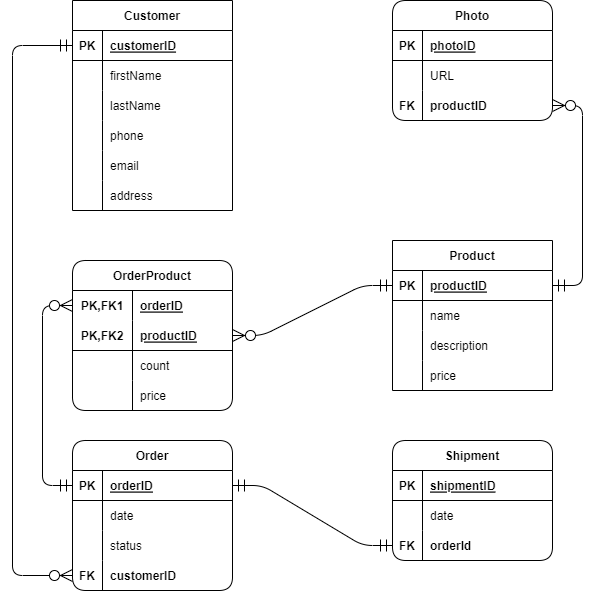
alexander-barmin/2024-JS keeps this draw.io diagram as sql/db-shop-erd.png. Above is the earlier version. Source tidied: cells renumbered, new cells last; positions are measured from the earlier drawing's top-left corner, leaving out a move shared by most shapes.
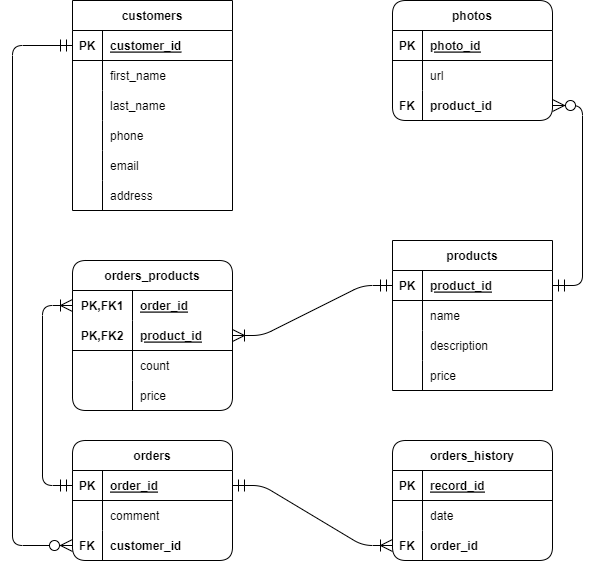
Later version of the same file.

Commit message:
fix(sql): fix attribute naming and data structure

Change to the diagram source:
```diff
@@ -2,7 +2,7 @@
   <root>
     <mxCell id="0" />
     <mxCell id="1" parent="0" />
-    <mxCell id="2" value="Customer" style="shape=table;startSize=30;rowLines=0;fontStyle=1;align=center;" parent="1" vertex="1">
+    <mxCell id="2" value="customers" style="shape=table;startSize=30;rowLines=0;fontStyle=1;align=center;" parent="1" vertex="1">
       <mxGeometry x="80" width="160" height="210" as="geometry" />
     </mxCell>
     <mxCell id="3" style="shape=tableRow;horizontal=0;startSize=0;swimlaneHead=0;swimlaneBody=0;fillColor=none;points=[[0,0.5],[1,0.5]];portConstraint=eastwest;top=0;left=0;right=0;bottom=1;" parent="2" vertex="1">
@@ -11,7 +11,7 @@
     <mxCell id="4" value="PK" style="shape=partialRectangle;fillColor=none;top=0;left=0;bottom=0;right=0;fontStyle=1;overflow=hidden;" parent="3" vertex="1">
       <mxGeometry width="30" height="30" as="geometry" />
     </mxCell>
-    <mxCell id="5" value="customerID" style="shape=partialRectangle;fillColor=none;top=0;left=0;bottom=0;right=0;align=left;spacingLeft=6;fontStyle=5;overflow=hidden;" parent="3" vertex="1">
+    <mxCell id="5" value="customer_id" style="shape=partialRectangle;fillColor=none;top=0;left=0;bottom=0;right=0;align=left;spacingLeft=6;fontStyle=5;overflow=hidden;" parent="3" vertex="1">
       <mxGeometry x="30" width="130" height="30" as="geometry" />
     </mxCell>
     <mxCell id="6" style="shape=tableRow;horizontal=0;startSize=0;swimlaneHead=0;swimlaneBody=0;fillColor=none;top=0;left=0;right=0;bottom=0;" parent="2" vertex="1">
@@ -20,7 +20,7 @@
     <mxCell id="7" style="shape=partialRectangle;fillColor=none;top=0;left=0;bottom=0;right=0;overflow=hidden;" parent="6" vertex="1">
       <mxGeometry width="30" height="30" as="geometry" />
     </mxCell>
-    <mxCell id="8" value="firstName" style="shape=partialRectangle;fillColor=none;top=0;left=0;bottom=0;right=0;align=left;spacingLeft=6;overflow=hidden;" parent="6" vertex="1">
+    <mxCell id="8" value="first_name" style="shape=partialRectangle;fillColor=none;top=0;left=0;bottom=0;right=0;align=left;spacingLeft=6;overflow=hidden;" parent="6" vertex="1">
       <mxGeometry x="30" width="130" height="30" as="geometry" />
     </mxCell>
     <mxCell id="9" style="shape=tableRow;horizontal=0;startSize=0;swimlaneHead=0;swimlaneBody=0;fillColor=none;top=0;left=0;right=0;bottom=0;" parent="2" vertex="1">
@@ -29,7 +29,7 @@
     <mxCell id="10" style="shape=partialRectangle;fillColor=none;top=0;left=0;bottom=0;right=0;overflow=hidden;" parent="9" vertex="1">
       <mxGeometry width="30" height="30" as="geometry" />
     </mxCell>
-    <mxCell id="11" value="lastName" style="shape=partialRectangle;fillColor=none;top=0;left=0;bottom=0;right=0;align=left;spacingLeft=6;overflow=hidden;" parent="9" vertex="1">
+    <mxCell id="11" value="last_name" style="shape=partialRectangle;fillColor=none;top=0;left=0;bottom=0;right=0;align=left;spacingLeft=6;overflow=hidden;" parent="9" vertex="1">
       <mxGeometry x="30" width="130" height="30" as="geometry" />
     </mxCell>
     <mxCell id="12" style="shape=tableRow;horizontal=0;startSize=0;swimlaneHead=0;swimlaneBody=0;fillColor=none;top=0;left=0;right=0;bottom=0;" parent="2" vertex="1">
@@ -70,7 +70,7 @@
         </Array>
       </mxGeometry>
     </mxCell>
-    <mxCell id="23" value="OrderProduct" style="shape=table;startSize=30;rowLines=0;fontStyle=1;align=center;rounded=1;" parent="1" vertex="1">
+    <mxCell id="23" value="orders_products" style="shape=table;startSize=30;rowLines=0;fontStyle=1;align=center;rounded=1;" parent="1" vertex="1">
       <mxGeometry x="80" y="260" width="160" height="150" as="geometry" />
     </mxCell>
     <mxCell id="24" style="shape=tableRow;horizontal=0;startSize=0;swimlaneHead=0;swimlaneBody=0;fillColor=none;points=[[0,0.5],[1,0.5]];portConstraint=eastwest;top=0;left=0;right=0;bottom=0;" parent="23" vertex="1">
@@ -79,7 +79,7 @@
     <mxCell id="25" value="PK,FK1" style="shape=partialRectangle;fillColor=none;top=0;left=0;bottom=0;right=0;fontStyle=1;overflow=hidden;" parent="24" vertex="1">
       <mxGeometry width="60" height="30" as="geometry" />
     </mxCell>
-    <mxCell id="26" value="orderID" style="shape=partialRectangle;fillColor=none;top=0;left=0;bottom=0;right=0;align=left;spacingLeft=6;fontStyle=5;overflow=hidden;" parent="24" vertex="1">
+    <mxCell id="26" value="order_id" style="shape=partialRectangle;fillColor=none;top=0;left=0;bottom=0;right=0;align=left;spacingLeft=6;fontStyle=5;overflow=hidden;" parent="24" vertex="1">
       <mxGeometry x="60" width="100" height="30" as="geometry" />
     </mxCell>
     <mxCell id="27" style="shape=tableRow;horizontal=0;startSize=0;swimlaneHead=0;swimlaneBody=0;fillColor=none;points=[[0,0.5],[1,0.5]];portConstraint=eastwest;top=0;left=0;right=0;bottom=1;" parent="23" vertex="1">
@@ -88,7 +88,7 @@
     <mxCell id="28" value="PK,FK2" style="shape=partialRectangle;fillColor=none;top=0;left=0;bottom=0;right=0;fontStyle=1;overflow=hidden;" parent="27" vertex="1">
       <mxGeometry width="60" height="30" as="geometry" />
     </mxCell>
-    <mxCell id="29" value="productID" style="shape=partialRectangle;fillColor=none;top=0;left=0;bottom=0;right=0;align=left;spacingLeft=6;fontStyle=5;overflow=hidden;" parent="27" vertex="1">
+    <mxCell id="29" value="product_id" style="shape=partialRectangle;fillColor=none;top=0;left=0;bottom=0;right=0;align=left;spacingLeft=6;fontStyle=5;overflow=hidden;" parent="27" vertex="1">
       <mxGeometry x="60" width="100" height="30" as="geometry" />
     </mxCell>
     <mxCell id="30" style="shape=tableRow;horizontal=0;startSize=0;swimlaneHead=0;swimlaneBody=0;fillColor=none;top=0;left=0;right=0;bottom=0;" parent="23" vertex="1">
@@ -109,8 +109,8 @@
     <mxCell id="35" value="price" style="shape=partialRectangle;fillColor=none;top=0;left=0;bottom=0;right=0;align=left;spacingLeft=6;overflow=hidden;" parent="33" vertex="1">
       <mxGeometry x="60" width="100" height="30" as="geometry" />
     </mxCell>
-    <mxCell id="36" value="Order" style="shape=table;startSize=30;rowLines=0;fontStyle=1;align=center;rounded=1;" parent="1" vertex="1">
-      <mxGeometry x="80" y="440" width="160" height="150" as="geometry" />
+    <mxCell id="36" value="orders" style="shape=table;startSize=30;rowLines=0;fontStyle=1;align=center;rounded=1;" parent="1" vertex="1">
+      <mxGeometry x="80" y="440" width="160" height="120" as="geometry" />
     </mxCell>
     <mxCell id="37" style="shape=tableRow;horizontal=0;startSize=0;swimlaneHead=0;swimlaneBody=0;fillColor=none;points=[[0,0.5],[1,0.5]];portConstraint=eastwest;top=0;left=0;right=0;bottom=1;" parent="36" vertex="1">
       <mxGeometry y="30" width="160" height="30" as="geometry" />
@@ -118,7 +118,7 @@
     <mxCell id="38" value="PK" style="shape=partialRectangle;fillColor=none;top=0;left=0;bottom=0;right=0;fontStyle=1;overflow=hidden;" parent="37" vertex="1">
       <mxGeometry width="30" height="30" as="geometry" />
     </mxCell>
-    <mxCell id="39" value="orderID" style="shape=partialRectangle;fillColor=none;top=0;left=0;bottom=0;right=0;align=left;spacingLeft=6;fontStyle=5;overflow=hidden;" parent="37" vertex="1">
+    <mxCell id="39" value="order_id" style="shape=partialRectangle;fillColor=none;top=0;left=0;bottom=0;right=0;align=left;spacingLeft=6;fontStyle=5;overflow=hidden;" parent="37" vertex="1">
       <mxGeometry x="30" width="130" height="30" as="geometry" />
     </mxCell>
     <mxCell id="40" style="shape=tableRow;horizontal=0;startSize=0;swimlaneHead=0;swimlaneBody=0;fillColor=none;top=0;left=0;right=0;bottom=0;" parent="36" vertex="1">
@@ -127,28 +127,19 @@
     <mxCell id="41" style="shape=partialRectangle;fillColor=none;top=0;left=0;bottom=0;right=0;overflow=hidden;" parent="40" vertex="1">
       <mxGeometry width="30" height="30" as="geometry" />
     </mxCell>
-    <mxCell id="42" value="date" style="shape=partialRectangle;fillColor=none;top=0;left=0;bottom=0;right=0;align=left;spacingLeft=6;overflow=hidden;" parent="40" vertex="1">
+    <mxCell id="42" value="comment" style="shape=partialRectangle;fillColor=none;top=0;left=0;bottom=0;right=0;align=left;spacingLeft=6;overflow=hidden;" parent="40" vertex="1">
       <mxGeometry x="30" width="130" height="30" as="geometry" />
     </mxCell>
-    <mxCell id="43" style="shape=tableRow;horizontal=0;startSize=0;swimlaneHead=0;swimlaneBody=0;fillColor=none;top=0;left=0;right=0;bottom=0;" parent="36" vertex="1">
-      <mxGeometry y="90" width="160" height="30" as="geometry" />
-    </mxCell>
-    <mxCell id="44" style="shape=partialRectangle;fillColor=none;top=0;left=0;bottom=0;right=0;overflow=hidden;" parent="43" vertex="1">
-      <mxGeometry width="30" height="30" as="geometry" />
-    </mxCell>
-    <mxCell id="45" value="status" style="shape=partialRectangle;fillColor=none;top=0;left=0;bottom=0;right=0;align=left;spacingLeft=6;overflow=hidden;" parent="43" vertex="1">
-      <mxGeometry x="30" width="130" height="30" as="geometry" />
-    </mxCell>
     <mxCell id="46" style="shape=tableRow;horizontal=0;startSize=0;swimlaneHead=0;swimlaneBody=0;fillColor=none;points=[[0,0.5],[1,0.5]];portConstraint=eastwest;top=0;left=0;right=0;bottom=0;" parent="36" vertex="1">
-      <mxGeometry y="120" width="160" height="30" as="geometry" />
+      <mxGeometry y="90" width="160" height="30" as="geometry" />
     </mxCell>
     <mxCell id="47" value="FK" style="shape=partialRectangle;fillColor=none;top=0;left=0;bottom=0;right=0;overflow=hidden;fontStyle=1;" parent="46" vertex="1">
       <mxGeometry width="30" height="30" as="geometry" />
     </mxCell>
-    <mxCell id="48" value="customerID" style="shape=partialRectangle;fillColor=none;top=0;left=0;bottom=0;right=0;align=left;spacingLeft=6;overflow=hidden;fontStyle=1;" parent="46" vertex="1">
+    <mxCell id="48" value="customer_id" style="shape=partialRectangle;fillColor=none;top=0;left=0;bottom=0;right=0;align=left;spacingLeft=6;overflow=hidden;fontStyle=1;" parent="46" vertex="1">
       <mxGeometry x="30" width="130" height="30" as="geometry" />
     </mxCell>
-    <mxCell id="49" value="Product" style="shape=table;startSize=30;rowLines=0;fontStyle=1;align=center;" parent="1" vertex="1">
+    <mxCell id="49" value="products" style="shape=table;startSize=30;rowLines=0;fontStyle=1;align=center;" parent="1" vertex="1">
       <mxGeometry x="400" y="240" width="160" height="150" as="geometry" />
     </mxCell>
     <mxCell id="50" style="shape=tableRow;horizontal=0;startSize=0;swimlaneHead=0;swimlaneBody=0;fillColor=none;points=[[0,0.5],[1,0.5]];portConstraint=eastwest;top=0;left=0;right=0;bottom=1;" parent="49" vertex="1">
@@ -157,7 +148,7 @@
     <mxCell id="51" value="PK" style="shape=partialRectangle;fillColor=none;top=0;left=0;bottom=0;right=0;fontStyle=1;overflow=hidden;" parent="50" vertex="1">
       <mxGeometry width="30" height="30" as="geometry" />
     </mxCell>
-    <mxCell id="52" value="productID" style="shape=partialRectangle;fillColor=none;top=0;left=0;bottom=0;right=0;align=left;spacingLeft=6;fontStyle=5;overflow=hidden;" parent="50" vertex="1">
+    <mxCell id="52" value="product_id" style="shape=partialRectangle;fillColor=none;top=0;left=0;bottom=0;right=0;align=left;spacingLeft=6;fontStyle=5;overflow=hidden;" parent="50" vertex="1">
       <mxGeometry x="30" width="130" height="30" as="geometry" />
     </mxCell>
     <mxCell id="53" style="shape=tableRow;horizontal=0;startSize=0;swimlaneHead=0;swimlaneBody=0;fillColor=none;top=0;left=0;right=0;bottom=0;" parent="49" vertex="1">
@@ -187,7 +178,7 @@
     <mxCell id="61" value="price" style="shape=partialRectangle;fillColor=none;top=0;left=0;bottom=0;right=0;align=left;spacingLeft=6;overflow=hidden;" parent="59" vertex="1">
       <mxGeometry x="30" width="130" height="30" as="geometry" />
     </mxCell>
-    <mxCell id="62" value="Photo" style="shape=table;startSize=30;rowLines=0;fontStyle=1;align=center;rounded=1;" parent="1" vertex="1">
+    <mxCell id="62" value="photos" style="shape=table;startSize=30;rowLines=0;fontStyle=1;align=center;rounded=1;" parent="1" vertex="1">
       <mxGeometry x="400" width="160" height="120" as="geometry" />
     </mxCell>
     <mxCell id="63" style="shape=tableRow;horizontal=0;startSize=0;swimlaneHead=0;swimlaneBody=0;fillColor=none;top=0;left=0;right=0;bottom=1;" parent="62" vertex="1">
@@ -196,7 +187,7 @@
     <mxCell id="64" value="PK" style="shape=partialRectangle;fillColor=none;top=0;left=0;bottom=0;right=0;fontStyle=1;overflow=hidden;" parent="63" vertex="1">
       <mxGeometry width="30" height="30" as="geometry" />
     </mxCell>
-    <mxCell id="65" value="photoID" style="shape=partialRectangle;fillColor=none;top=0;left=0;bottom=0;right=0;align=left;spacingLeft=6;fontStyle=5;overflow=hidden;" parent="63" vertex="1">
+    <mxCell id="65" value="photo_id" style="shape=partialRectangle;fillColor=none;top=0;left=0;bottom=0;right=0;align=left;spacingLeft=6;fontStyle=5;overflow=hidden;" parent="63" vertex="1">
       <mxGeometry x="30" width="130" height="30" as="geometry" />
     </mxCell>
     <mxCell id="66" style="shape=tableRow;horizontal=0;startSize=0;swimlaneHead=0;swimlaneBody=0;fillColor=none;top=0;left=0;right=0;bottom=0;" parent="62" vertex="1">
@@ -205,7 +196,7 @@
     <mxCell id="67" style="shape=partialRectangle;fillColor=none;top=0;left=0;bottom=0;right=0;overflow=hidden;" parent="66" vertex="1">
       <mxGeometry width="30" height="30" as="geometry" />
     </mxCell>
-    <mxCell id="68" value="URL" style="shape=partialRectangle;fillColor=none;top=0;left=0;bottom=0;right=0;align=left;spacingLeft=6;overflow=hidden;" parent="66" vertex="1">
+    <mxCell id="68" value="url" style="shape=partialRectangle;fillColor=none;top=0;left=0;bottom=0;right=0;align=left;spacingLeft=6;overflow=hidden;" parent="66" vertex="1">
       <mxGeometry x="30" width="130" height="30" as="geometry" />
     </mxCell>
     <mxCell id="69" style="shape=tableRow;horizontal=0;startSize=0;swimlaneHead=0;swimlaneBody=0;fillColor=none;points=[[0,0.5],[1,0.5]];portConstraint=eastwest;top=0;left=0;right=0;bottom=0;" parent="62" vertex="1">
@@ -214,10 +205,10 @@
     <mxCell id="70" value="FK" style="shape=partialRectangle;fillColor=none;top=0;left=0;bottom=0;right=0;overflow=hidden;fontStyle=1;" parent="69" vertex="1">
       <mxGeometry width="30" height="30" as="geometry" />
     </mxCell>
-    <mxCell id="71" value="productID" style="shape=partialRectangle;fillColor=none;top=0;left=0;bottom=0;right=0;align=left;spacingLeft=6;overflow=hidden;fontStyle=1;" parent="69" vertex="1">
+    <mxCell id="71" value="product_id" style="shape=partialRectangle;fillColor=none;top=0;left=0;bottom=0;right=0;align=left;spacingLeft=6;overflow=hidden;fontStyle=1;" parent="69" vertex="1">
       <mxGeometry x="30" width="130" height="30" as="geometry" />
     </mxCell>
-    <mxCell id="72" style="edgeStyle=elbowEdgeStyle;fontSize=12;html=1;endArrow=ERzeroToMany;startArrow=ERmandOne;entryX=0;entryY=0.5;entryDx=0;entryDy=0;exitX=0;exitY=0.5;exitDx=0;exitDy=0;endSize=10;startSize=10;" parent="1" edge="1" source="37" target="24">
+    <mxCell id="72" style="edgeStyle=elbowEdgeStyle;fontSize=12;html=1;endArrow=ERoneToMany;startArrow=ERmandOne;entryX=0;entryY=0.5;entryDx=0;entryDy=0;exitX=0;exitY=0.5;exitDx=0;exitDy=0;endSize=10;startSize=10;endFill=0;" parent="1" edge="1" source="37" target="24">
       <mxGeometry relative="1" as="geometry">
         <Array as="points">
           <mxPoint x="50" y="390" />
@@ -225,10 +216,10 @@
         </Array>
       </mxGeometry>
     </mxCell>
-    <mxCell id="73" style="edgeStyle=entityRelationEdgeStyle;fontSize=12;html=1;endArrow=ERzeroToMany;startArrow=ERmandOne;entryX=1;entryY=0.5;entryDx=0;entryDy=0;exitX=0;exitY=0.5;exitDx=0;exitDy=0;endSize=10;startSize=10;" parent="1" edge="1" source="50" target="27">
+    <mxCell id="73" style="edgeStyle=entityRelationEdgeStyle;fontSize=12;html=1;endArrow=ERoneToMany;startArrow=ERmandOne;entryX=1;entryY=0.5;entryDx=0;entryDy=0;exitX=0;exitY=0.5;exitDx=0;exitDy=0;endSize=10;startSize=10;endFill=0;" parent="1" edge="1" source="50" target="27">
       <mxGeometry relative="1" as="geometry" />
     </mxCell>
-    <mxCell id="74" value="Shipment" style="shape=table;startSize=30;rowLines=0;fontStyle=1;align=center;rounded=1;" parent="1" vertex="1">
+    <mxCell id="74" value="orders_history" style="shape=table;startSize=30;rowLines=0;fontStyle=1;align=center;rounded=1;" parent="1" vertex="1">
       <mxGeometry x="400" y="440" width="160" height="120" as="geometry" />
     </mxCell>
     <mxCell id="75" style="shape=tableRow;horizontal=0;startSize=0;swimlaneHead=0;swimlaneBody=0;fillColor=none;top=0;left=0;right=0;bottom=1;" parent="74" vertex="1">
@@ -237,7 +228,7 @@
     <mxCell id="76" value="PK" style="shape=partialRectangle;fillColor=none;top=0;left=0;bottom=0;right=0;fontStyle=1;overflow=hidden;" parent="75" vertex="1">
       <mxGeometry width="30" height="30" as="geometry" />
     </mxCell>
-    <mxCell id="77" value="shipmentID" style="shape=partialRectangle;fillColor=none;top=0;left=0;bottom=0;right=0;align=left;spacingLeft=6;fontStyle=5;overflow=hidden;" parent="75" vertex="1">
+    <mxCell id="77" value="record_id" style="shape=partialRectangle;fillColor=none;top=0;left=0;bottom=0;right=0;align=left;spacingLeft=6;fontStyle=5;overflow=hidden;" parent="75" vertex="1">
       <mxGeometry x="30" width="130" height="30" as="geometry" />
     </mxCell>
     <mxCell id="78" style="shape=tableRow;horizontal=0;startSize=0;swimlaneHead=0;swimlaneBody=0;fillColor=none;top=0;left=0;right=0;bottom=0;" parent="74" vertex="1">
@@ -255,10 +246,10 @@
     <mxCell id="82" value="FK" style="shape=partialRectangle;fillColor=none;top=0;left=0;bottom=0;right=0;overflow=hidden;fontStyle=1;" parent="81" vertex="1">
       <mxGeometry width="30" height="30" as="geometry" />
     </mxCell>
-    <mxCell id="83" value="orderId" style="shape=partialRectangle;fillColor=none;top=0;left=0;bottom=0;right=0;align=left;spacingLeft=6;overflow=hidden;fontStyle=1;" parent="81" vertex="1">
+    <mxCell id="83" value="order_id" style="shape=partialRectangle;fillColor=none;top=0;left=0;bottom=0;right=0;align=left;spacingLeft=6;overflow=hidden;fontStyle=1;" parent="81" vertex="1">
       <mxGeometry x="30" width="130" height="30" as="geometry" />
     </mxCell>
-    <mxCell id="84" style="edgeStyle=entityRelationEdgeStyle;fontSize=12;html=1;endArrow=ERmandOne;startArrow=ERmandOne;startSize=10;endSize=10;entryX=0;entryY=0.5;entryDx=0;entryDy=0;exitX=1;exitY=0.5;exitDx=0;exitDy=0;" parent="1" edge="1" source="37" target="81">
+    <mxCell id="84" style="edgeStyle=entityRelationEdgeStyle;fontSize=12;html=1;endArrow=ERoneToMany;startArrow=ERmandOne;startSize=10;endSize=10;entryX=0;entryY=0.5;entryDx=0;entryDy=0;exitX=1;exitY=0.5;exitDx=0;exitDy=0;endFill=0;" parent="1" edge="1" source="37" target="81">
       <mxGeometry relative="1" as="geometry" />
     </mxCell>
   </root>
```
